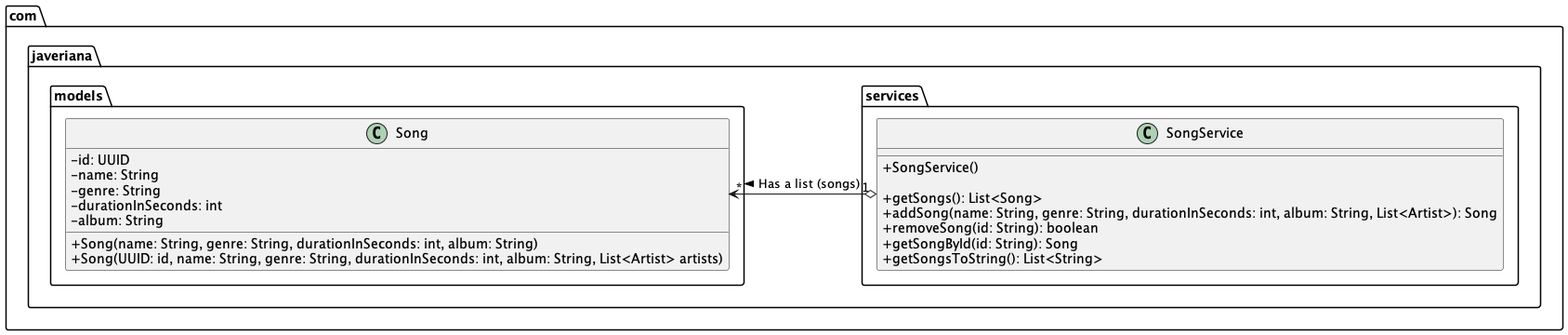
The PlantUML diagram assets/workshop7-diagram-songService-spotify.png in clase-programacion-avanzada/JAVA-Workshop-7, before a commit. Source of this version:
```plantuml
@startuml
skinparam classAttributeIconSize 0
class com.javeriana.models.Artist $Artist {
    - id: UUID
    - name: String

    + Artist(id: UUID, name: String)
    + Artist(name: String)
}

class com.javeriana.models.Customer $Customer {
    - id: UUID
    - username: String
    - password: String
    - name: String
    - lastName: String
    - age: int

    + Customer(username: String, password: String, name: String, lastName: String, age: int)
    + Customer(UUID: id, username: String, password: String, name: String, lastName: String, age: int, List<Artist> followedArtists, List<playList> playLists)
}

class com.javeriana.models.playList $PlayList {
    - id: UUID
    - name: String

    + playList(name: String)
    + playList(UUID: id, name: String, List<Song> songs)
}

class com.javeriana.models.Song $Song {
    - id: UUID
    - name: String
    - genre: String
    - durationInSeconds: int
    - album: String

    + Song(name: String, genre: String, durationInSeconds: int, album: String)
    + Song(UUID: id, name: String, genre: String, durationInSeconds: int, album: String, List<Artist> artists)
}

class com.javeriana.services.ArtistService $ArtistService {

    + ArtistService()

    + getArtists(): List<Artist>
    + addArtist(name: String): Artist
    + removeArtist(id: String): boolean
    + getArtistById(id: String): Artist
    + getArtistsToString(): List<String>
}

class com.javeriana.services.CustomerAdminService $CustomerAdminService {

    + CustomerAdminService()

    + getCustomers(): List<Customer>
    + addCustomer(username: String, password: String, name: String, lastName: String, age: int): Customer
    + removeCustomer(id: String): boolean
    + getCustomerById(id: String): Customer
    + getCustomersToString(): List<String>
}

class com.javeriana.services.SongService $SongService {

    + SongService()

    + getSongs(): List<Song>
    + addSong(name: String, genre: String, durationInSeconds: int, album: String, List<Artist>): Song
    + removeSong(id: String): boolean
    + getSongById(id: String): Song
    + getSongsToString(): List<String>
}

class com.javeriana.services.PlayListService $PlayListService {

    + PlayListService()

    + getPlayLists(): List<playList>
    + addPlayList(name: String): playList
    + removePlayList(id: String): boolean
    + getPlayListById(id: String): playList
    + getPlayListsToString(): List<String>
}

class com.javeriana.controllers.AdminController $AdminController {

    + AdminController(artistService: ArtistService, customerAdminService: CustomerAdminService, songService: SongService, playListService: PlayListService)

    + addArtist(name: String): void
    + removeArtist(id: String): void
    + addCustomer(username: String, password: String, name: String, lastName: String, age: int): void
    + removeCustomer(id: String): void
    + addSong(name: String, genre: String, durationInSeconds: int, album: String, List<Artist>): void
    + removeSong(id: String): void
    + addPlayList(name: String): void
    + removePlayList(id: String): void
    + getCustomersToString(): List<String>
    + getSongsToString(): List<String>
    + getArtistsToString(): List<String>
    + getPlayListsToString(): List<String>

}

class com.javeriana.views.AdminView $AdminView {

    - scanner : Scanner

    + AdminView(adminController: AdminController)

    + showMenu(): void
    + addArtist(): void
    + removeArtist(): void
    + addCustomer(): void
    + removeCustomer(): void
    + addSong(): void
    + removeSong(): void
    + addPlayList(): void
    + removePlayList(): void
    + showCustomers(): void
    + showSongs(): void
    + showArtists(): void
    + showPlayLists(): void
}

class Main $Main {

    + Main()
    + main(args: String[]): void


}

com.javeriana.models.Customer "1" o-> "0..*" com.javeriana.models.playList : Has a list (playLists) >
com.javeriana.models.Customer "1" o--> "0..*" com.javeriana.models.Artist : Has a list (followedArtists) >
com.javeriana.models.playList "1" o--> "0..*" com.javeriana.models.Song : Has a list (songs) >
com.javeriana.models.Song "1" *-> "1..*" com.javeriana.models.Artist : Has a list (artists) >

com.javeriana.services.ArtistService "1" o--> "*" com.javeriana.models.Artist : Has a list (artists) >
com.javeriana.services.CustomerAdminService "1" o--> "*" com.javeriana.models.Customer : Has a list (customers) >
com.javeriana.services.SongService "1" o-> "*" com.javeriana.models.Song : Has a list (songs) >
com.javeriana.services.PlayListService "1" o--> "*" com.javeriana.models.playList : Has a list (playLists) >

com.javeriana.controllers.AdminController "1" *--> "1" com.javeriana.services.ArtistService : Uses >
com.javeriana.controllers.AdminController "1" *--> "1" com.javeriana.services.CustomerAdminService : Uses >
com.javeriana.controllers.AdminController "1" *--> "1" com.javeriana.services.SongService : Uses >
com.javeriana.controllers.AdminController "1" *--> "1" com.javeriana.services.PlayListService : Uses >

com.javeriana.views.AdminView "1" *--> "1" com.javeriana.controllers.AdminController : Uses >

Main -down-> AdminView : Creates >



remove $Main

remove $AdminView

remove $AdminController

remove $CustomerAdminService
remove $PlayListService
remove $ArtistService

remove $Artist
remove $Customer
remove $PlayList


@enduml
```
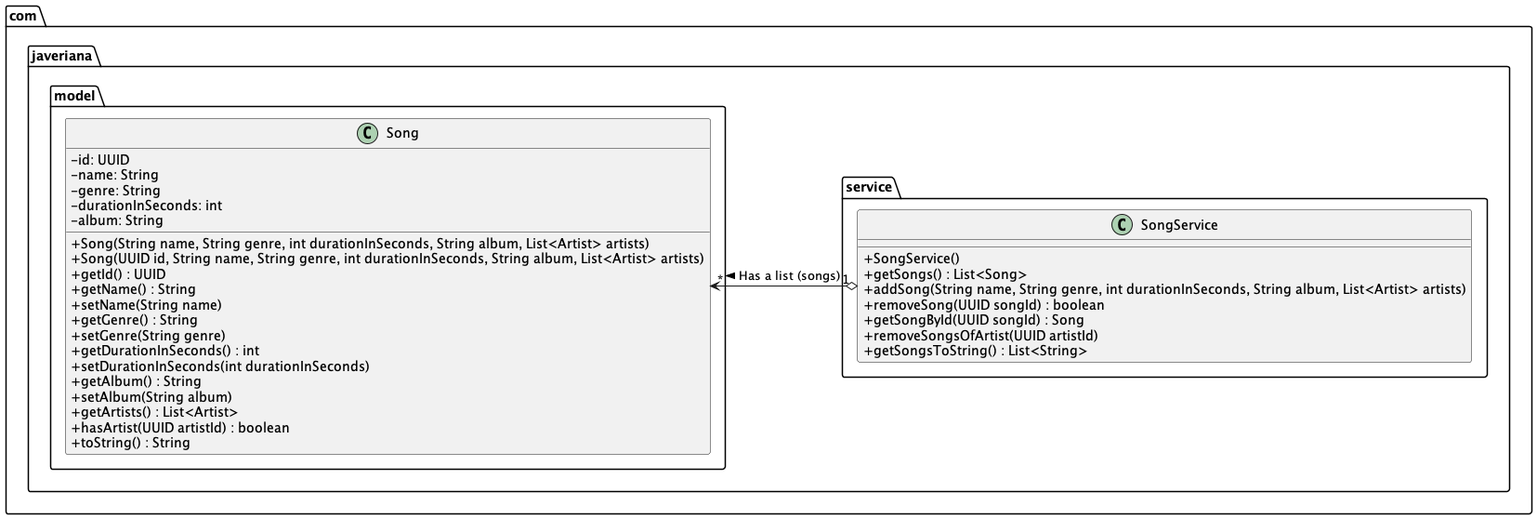
The same diagram one commit later.

Diff of the diagram source:
```diff
@@ -1,6 +1,6 @@
 @startuml
 skinparam classAttributeIconSize 0
-class com.javeriana.models.Artist $Artist {
+class com.javeriana.model.Artist $Artist {
     - id: UUID
     - name: String
 
@@ -8,7 +8,7 @@
     + Artist(name: String)
 }
 
-class com.javeriana.models.Customer $Customer {
+class com.javeriana.model.Customer $Customer {
     - id: UUID
     - username: String
     - password: String
@@ -18,87 +18,136 @@
 
     + Customer(username: String, password: String, name: String, lastName: String, age: int)
     + Customer(UUID: id, username: String, password: String, name: String, lastName: String, age: int, List<Artist> followedArtists, List<playList> playLists)
+
+
+    + getId() : UUID
+    + getUsername() : String
+    + setUsername(String username)
+    + getPassword() : String
+    + setPassword(String password)
+    + getName() : String
+    + setName(String name)
+    + getLastName() : String
+    + setLastName(String lastName)
+    + getAge() : int
+    + setAge(int age)
+    + addArtist(Artist artist) : boolean
+    + removePlaylist(UUID id) : boolean
+    + removeArtist(UUID artistId)
+    + removeSongFromPlayLists(UUID songId)
+    + toString() : String
+    - getPlaylistById(UUID id) : Playlist
+    - getArtistById(UUID id) : Artist
 }
 
-class com.javeriana.models.playList $PlayList {
+class com.javeriana.model.Playlist $Playlist {
     - id: UUID
     - name: String
 
     + playList(name: String)
     + playList(UUID: id, name: String, List<Song> songs)
+
+
+    + getId() : UUID
+    + getName() : String
+    + setName(String name)
+    + getSongs() : List<Song>
+    + removeSong(UUID songId)
+    + removeSongsOfArtist(UUID artistId)
+    + toString() : String
+    - getSongById(UUID songId) : Song
 }
 
-class com.javeriana.models.Song $Song {
+class com.javeriana.model.Song $Song {
     - id: UUID
     - name: String
     - genre: String
     - durationInSeconds: int
     - album: String
 
-    + Song(name: String, genre: String, durationInSeconds: int, album: String)
-    + Song(UUID: id, name: String, genre: String, durationInSeconds: int, album: String, List<Artist> artists)
+    + Song(String name, String genre, int durationInSeconds, String album, List<Artist> artists)
+    + Song(UUID id, String name, String genre, int durationInSeconds, String album, List<Artist> artists)
+    + getId() : UUID
+    + getName() : String
+    + setName(String name)
+    + getGenre() : String
+    + setGenre(String genre)
+    + getDurationInSeconds() : int
+    + setDurationInSeconds(int durationInSeconds)
+    + getAlbum() : String
+    + setAlbum(String album)
+    + getArtists() : List<Artist>
+    + hasArtist(UUID artistId) : boolean
+    + toString() : String
 }
 
-class com.javeriana.services.ArtistService $ArtistService {
+class com.javeriana.service.ArtistService $ArtistService {
 
     + ArtistService()
 
-    + getArtists(): List<Artist>
-    + addArtist(name: String): Artist
-    + removeArtist(id: String): boolean
-    + getArtistById(id: String): Artist
-    + getArtistsToString(): List<String>
+
+    + getArtists() : List<Artist>
+    + addArtist(String name) : Artist
+    + getArtistById(UUID id) : Artist
+    + removeArtist(UUID id) : boolean
+    + getArtistsToString() : List<String>
+    + getArtistsByIds(List<UUID> artists) : List<Artist>
 }
 
-class com.javeriana.services.CustomerAdminService $CustomerAdminService {
+class com.javeriana.service.CustomerAdminService $CustomerAdminService {
 
     + CustomerAdminService()
 
-    + getCustomers(): List<Customer>
-    + addCustomer(username: String, password: String, name: String, lastName: String, age: int): Customer
-    + removeCustomer(id: String): boolean
-    + getCustomerById(id: String): Customer
-    + getCustomersToString(): List<String>
+
+    + getCustomers() : List<Customer>
+    + addCustomer(String username, String password, String name, String lastName, int age)
+    + removeCustomer(UUID id) : boolean
+    + getCustomerById(UUID id) : Customer
+    + getCustomersToString() : List<String>
+    + removePlaylistFromCustomers(UUID playlistId)
+    + removeArtistFromCustomers(UUID artistId)
 }
 
-class com.javeriana.services.SongService $SongService {
+class com.javeriana.service.SongService $SongService {
 
     + SongService()
 
-    + getSongs(): List<Song>
-    + addSong(name: String, genre: String, durationInSeconds: int, album: String, List<Artist>): Song
-    + removeSong(id: String): boolean
-    + getSongById(id: String): Song
-    + getSongsToString(): List<String>
+
+    + getSongs() : List<Song>
+    + addSong(String name, String genre, int durationInSeconds, String album, List<Artist> artists)
+    + removeSong(UUID songId) : boolean
+    + getSongById(UUID songId) : Song
+    + removeSongsOfArtist(UUID artistId)
+    + getSongsToString() : List<String>
 }
 
-class com.javeriana.services.PlayListService $PlayListService {
+class com.javeriana.service.PlaylistService $PlaylistService {
 
-    + PlayListService()
-
-    + getPlayLists(): List<playList>
-    + addPlayList(name: String): playList
-    + removePlayList(id: String): boolean
-    + getPlayListById(id: String): playList
-    + getPlayListsToString(): List<String>
+    + PlaylistService()
+    + getPlaylists() : List<Playlist>
+    + addPlaylist(String name)
+    + removePlaylist(UUID id) : boolean
+    + getPlaylistById(UUID id) : Playlist
+    + removeSongsOfArtist(UUID artistId)
+    + getPlaylistsToString() : List<String>
+    + removeSongFromPlaylists(UUID uuid)
 }
 
-class com.javeriana.controllers.AdminController $AdminController {
+class com.javeriana.controller.AdminController $AdminController {
 
-    + AdminController(artistService: ArtistService, customerAdminService: CustomerAdminService, songService: SongService, playListService: PlayListService)
-
-    + addArtist(name: String): void
-    + removeArtist(id: String): void
-    + addCustomer(username: String, password: String, name: String, lastName: String, age: int): void
-    + removeCustomer(id: String): void
-    + addSong(name: String, genre: String, durationInSeconds: int, album: String, List<Artist>): void
-    + removeSong(id: String): void
-    + addPlayList(name: String): void
-    + removePlayList(id: String): void
-    + getCustomersToString(): List<String>
-    + getSongsToString(): List<String>
-    + getArtistsToString(): List<String>
-    + getPlayListsToString(): List<String>
+     + AdminController(ArtistService artistService, CustomerAdminService customerAdminService, SongService songService, PlaylistService playlistService)
+     + addArtist(String name)
+     + removeArtist(String id)
+     + addCustomer(String username, String password, String name, String lastName, int age)
+     + removeCustomer(String id)
+     + addSong(String name, String genre, int durationInSeconds, String album, List<String> artistIds)
+     + removeSong(String id)
+     + addPlaylist(String name)
+     + removePlaylist(String id)
+     + getArtistsToString() : List<String>
+     + getCustomersToString() : List<String>
+     + getSongsToString() : List<String>
+     + getPlaylistsToString() : List<String>
 
 }
 
@@ -106,21 +155,20 @@
 
     - scanner : Scanner
 
-    + AdminView(adminController: AdminController)
-
-    + showMenu(): void
-    + addArtist(): void
-    + removeArtist(): void
-    + addCustomer(): void
-    + removeCustomer(): void
-    + addSong(): void
-    + removeSong(): void
-    + addPlayList(): void
-    + removePlayList(): void
-    + showCustomers(): void
-    + showSongs(): void
-    + showArtists(): void
-    + showPlayLists(): void
+    + AdminView(AdminController adminController, Scanner scanner)
+    + showMenu()
+    - showPlaylists()
+    - showArtists()
+    - showCustomers()
+    - showSongs()
+    - removePlaylist()
+    - addPlaylist()
+    - addCustomer()
+    - removeCustomer()
+    - removeSong()
+    - addSong()
+    - removeArtist()
+    - addArtist()
 }
 
 class Main $Main {
@@ -131,24 +179,25 @@
 
 }
 
-com.javeriana.models.Customer "1" o-> "0..*" com.javeriana.models.playList : Has a list (playLists) >
-com.javeriana.models.Customer "1" o--> "0..*" com.javeriana.models.Artist : Has a list (followedArtists) >
-com.javeriana.models.playList "1" o--> "0..*" com.javeriana.models.Song : Has a list (songs) >
-com.javeriana.models.Song "1" *-> "1..*" com.javeriana.models.Artist : Has a list (artists) >
+com.javeriana.model.Customer "1" o-> "0..*" com.javeriana.model.Playlist : Has a list (playlists) >
+com.javeriana.model.Customer "1" o--> "0..*" com.javeriana.model.Artist : Has a list (followedArtists) >
+com.javeriana.model.Playlist "1" o--> "0..*" com.javeriana.model.Song : Has a list (songs) >
+com.javeriana.model.Song "1" *-> "1..*" com.javeriana.model.Artist : Has a list (artists) >
 
-com.javeriana.services.ArtistService "1" o--> "*" com.javeriana.models.Artist : Has a list (artists) >
-com.javeriana.services.CustomerAdminService "1" o--> "*" com.javeriana.models.Customer : Has a list (customers) >
-com.javeriana.services.SongService "1" o-> "*" com.javeriana.models.Song : Has a list (songs) >
-com.javeriana.services.PlayListService "1" o--> "*" com.javeriana.models.playList : Has a list (playLists) >
+com.javeriana.service.ArtistService "1" o--> "*" com.javeriana.model.Artist : Has a list (artists) >
+com.javeriana.service.CustomerAdminService "1" o--> "*" com.javeriana.model.Customer : Has a list (customers) >
+com.javeriana.service.SongService "1" o-> "*" com.javeriana.model.Song : Has a list (songs) >
+com.javeriana.service.PlaylistService "1" o-> "*" com.javeriana.model.Playlist : Has a list (playLists) >
 
-com.javeriana.controllers.AdminController "1" *--> "1" com.javeriana.services.ArtistService : Uses >
-com.javeriana.controllers.AdminController "1" *--> "1" com.javeriana.services.CustomerAdminService : Uses >
-com.javeriana.controllers.AdminController "1" *--> "1" com.javeriana.services.SongService : Uses >
-com.javeriana.controllers.AdminController "1" *--> "1" com.javeriana.services.PlayListService : Uses >
+com.javeriana.controller.AdminController "1" *--> "1" com.javeriana.service.ArtistService : Uses >
+com.javeriana.controller.AdminController "1" *--> "1" com.javeriana.service.CustomerAdminService : Uses >
+com.javeriana.controller.AdminController "1" *--> "1" com.javeriana.service.SongService : Uses >
+com.javeriana.controller.AdminController "1" *--> "1" com.javeriana.service.PlaylistService : Uses >
 
-com.javeriana.views.AdminView "1" *--> "1" com.javeriana.controllers.AdminController : Uses >
+com.javeriana.views.AdminView "1" *--> "1" com.javeriana.controller.AdminController : Uses >
 
 Main -down-> AdminView : Creates >
+
 
 
 
@@ -159,12 +208,15 @@
 remove $AdminController
 
 remove $CustomerAdminService
-remove $PlayListService
+remove $PlaylistService
 remove $ArtistService
 
 remove $Artist
 remove $Customer
-remove $PlayList
+remove $Playlist
+
+
+
 
 
 @enduml
```
